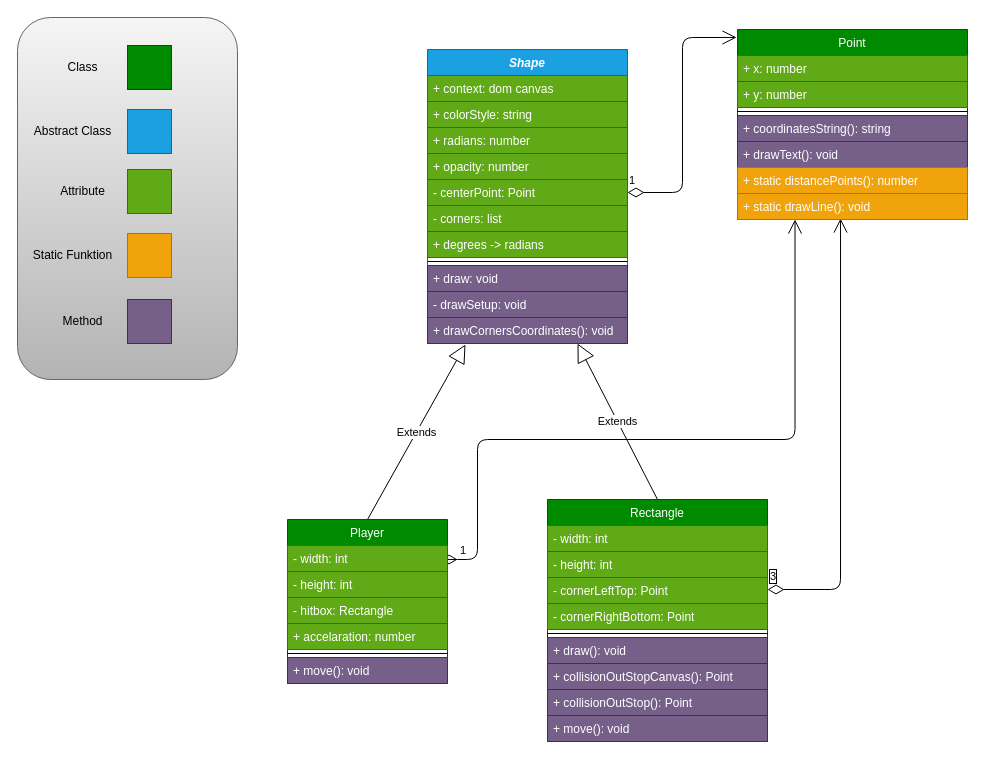
BoolPurist/MouseHunter keeps this draw.io diagram as Docs/classDiagramm.drawio. Above is the earlier version. Source tidied: cells renumbered, new cells numbered last; positions are measured from the earlier drawing's top-left corner, leaving out a move shared by most shapes. Both pictures are drawn from the tidied source at 100%, with x=0, y=0 at pixel (17, 17).
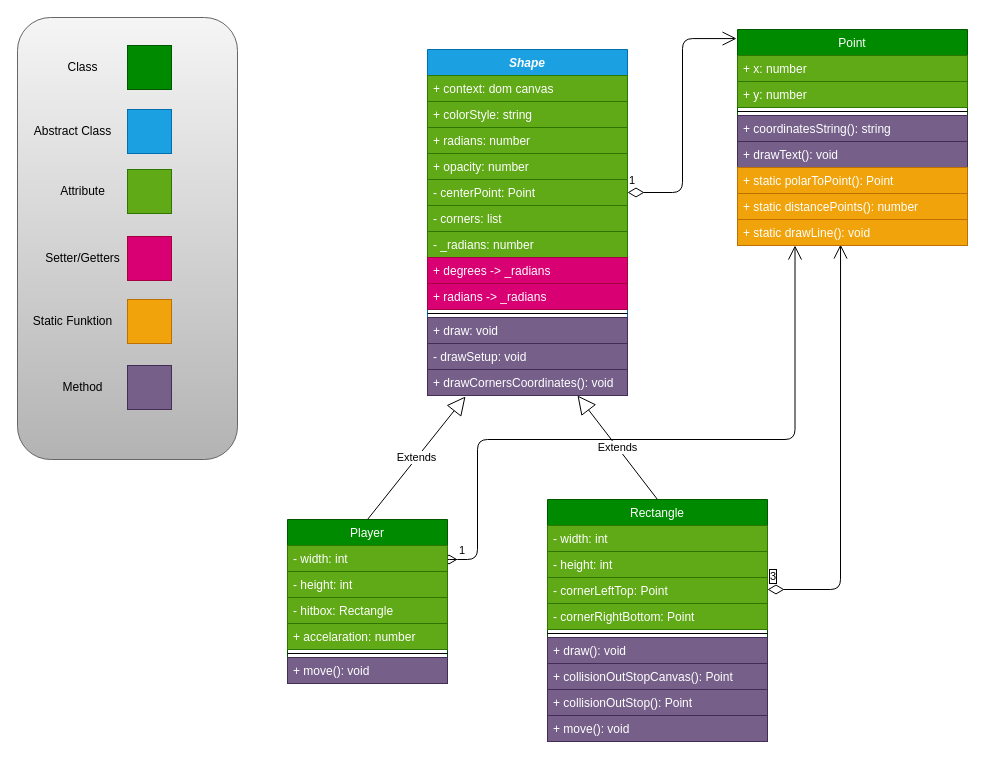
After the change.

The edit, as a diff of the source:
```diff
@@
     <mxCell id="2" style="rounded=1;whiteSpace=wrap;html=1;fillColor=#f5f5f5;strokeColor=#666666;gradientColor=#b3b3b3;" parent="1" vertex="1">
-      <mxGeometry width="220" height="362" as="geometry" />
+      <mxGeometry width="220" height="442" as="geometry" />
     </mxCell>
@@
     <mxCell id="14" style="whiteSpace=wrap;html=1;fontColor=#ffffff;align=left;verticalAlign=top;strokeColor=#BD7000;fillColor=#f0a30a;gradientColor=none;spacingLeft=4;spacingRight=4;" parent="1" vertex="1">
-      <mxGeometry x="110" y="216" width="44" height="44" as="geometry" />
+      <mxGeometry x="110" y="282" width="44" height="44" as="geometry" />
     </mxCell>
     <mxCell id="15" value="Static Funktion" style="text;html=1;align=center;verticalAlign=middle;fontColor=#000000;" parent="1" vertex="1">
-      <mxGeometry x="10" y="228" width="90" height="20" as="geometry" />
+      <mxGeometry x="10" y="294" width="90" height="20" as="geometry" />
     </mxCell>
     <mxCell id="16" style="whiteSpace=wrap;html=1;fontColor=#ffffff;align=left;verticalAlign=top;strokeColor=#432D57;fillColor=#76608a;gradientColor=none;spacingLeft=4;spacingRight=4;" parent="1" vertex="1">
-      <mxGeometry x="110" y="282" width="44" height="44" as="geometry" />
+      <mxGeometry x="110" y="348" width="44" height="44" as="geometry" />
     </mxCell>
     <mxCell id="17" value="Method" style="text;html=1;align=center;verticalAlign=middle;fontColor=#000000;" parent="1" vertex="1">
-      <mxGeometry x="35" y="294" width="60" height="20" as="geometry" />
+      <mxGeometry x="35" y="360" width="60" height="20" as="geometry" />
     </mxCell>
@@
     <mxCell id="35" value="Shape&#10;" style="swimlane;fontStyle=3;align=center;verticalAlign=top;horizontal=1;startSize=26;fillColor=#1ba1e2;strokeColor=#006EAF;fontColor=#ffffff;" parent="1" vertex="1">
-      <mxGeometry x="410" y="32" width="200" height="294" as="geometry" />
+      <mxGeometry x="410" y="32" width="200" height="346" as="geometry" />
     </mxCell>
@@
+    <mxCell id="55" value="- _radians: number" style="text;strokeColor=#2D7600;fillColor=#60a917;align=left;verticalAlign=top;spacingLeft=4;spacingRight=4;overflow=hidden;fontColor=#ffffff;" parent="35" vertex="1">
+      <mxGeometry y="182" width="200" height="26" as="geometry" />
+    </mxCell>
+    <mxCell id="56" value="+ degrees -&gt; _radians" style="text;strokeColor=#A50040;fillColor=#d80073;align=left;verticalAlign=top;spacingLeft=4;spacingRight=4;overflow=hidden;fontColor=#ffffff;" parent="35" vertex="1">
+      <mxGeometry y="208" width="200" height="26" as="geometry" />
+    </mxCell>
-    <mxCell id="42" value="+ degrees -&gt; radians" style="text;strokeColor=#2D7600;fillColor=#60a917;align=left;verticalAlign=top;spacingLeft=4;spacingRight=4;overflow=hidden;fontColor=#ffffff;" parent="35" vertex="1">
-      <mxGeometry y="182" width="200" height="26" as="geometry" />
+    <mxCell id="42" value="+ radians -&gt; _radians" style="text;strokeColor=#A50040;fillColor=#d80073;align=left;verticalAlign=top;spacingLeft=4;spacingRight=4;overflow=hidden;fontColor=#ffffff;" parent="35" vertex="1">
+      <mxGeometry y="234" width="200" height="26" as="geometry" />
     </mxCell>
     <mxCell id="43" style="line;strokeWidth=1;fillColor=none;align=left;verticalAlign=middle;spacingTop=-1;spacingLeft=3;spacingRight=3;labelPosition=right;" parent="35" vertex="1">
-      <mxGeometry y="208" width="200" height="8" as="geometry" />
+      <mxGeometry y="260" width="200" height="8" as="geometry" />
     </mxCell>
     <mxCell id="44" value="+ draw: void" style="text;strokeColor=#432D57;fillColor=#76608a;align=left;verticalAlign=top;spacingLeft=4;spacingRight=4;overflow=hidden;fontColor=#ffffff;" parent="35" vertex="1">
-      <mxGeometry y="216" width="200" height="26" as="geometry" />
+      <mxGeometry y="268" width="200" height="26" as="geometry" />
     </mxCell>
     <mxCell id="45" value="- drawSetup: void" style="text;strokeColor=#432D57;fillColor=#76608a;align=left;verticalAlign=top;spacingLeft=4;spacingRight=4;overflow=hidden;fontColor=#ffffff;" parent="35" vertex="1">
-      <mxGeometry y="242" width="200" height="26" as="geometry" />
+      <mxGeometry y="294" width="200" height="26" as="geometry" />
     </mxCell>
     <mxCell id="46" value="+ drawCornersCoordinates(): void" style="text;strokeColor=#432D57;fillColor=#76608a;align=left;verticalAlign=top;spacingLeft=4;spacingRight=4;overflow=hidden;points=[[0,0.5],[1,0.5]];portConstraint=eastwest;fontColor=#ffffff;" parent="35" vertex="1">
-      <mxGeometry y="268" width="200" height="26" as="geometry" />
+      <mxGeometry y="320" width="200" height="26" as="geometry" />
     </mxCell>
     <mxCell id="47" value="Point" style="swimlane;fontStyle=0;horizontal=1;startSize=26;fillColor=#008a00;strokeColor=#005700;fontColor=#ffffff;" parent="1" vertex="1">
-      <mxGeometry x="720" y="12" width="230" height="190" as="geometry" />
+      <mxGeometry x="720" y="12" width="230" height="216" as="geometry" />
     </mxCell>
@@
+    <mxCell id="57" value="+ static polarToPoint(): Point" style="text;strokeColor=#BD7000;fillColor=#f0a30a;align=left;verticalAlign=top;spacingLeft=4;spacingRight=4;overflow=hidden;fontColor=#ffffff;" parent="47" vertex="1">
+      <mxGeometry y="138" width="230" height="26" as="geometry" />
+    </mxCell>
     <mxCell id="53" value="+ static distancePoints(): number" style="text;strokeColor=#BD7000;fillColor=#f0a30a;align=left;verticalAlign=top;spacingLeft=4;spacingRight=4;overflow=hidden;fontColor=#ffffff;" parent="47" vertex="1">
-      <mxGeometry y="138" width="230" height="26" as="geometry" />
+      <mxGeometry y="164" width="230" height="26" as="geometry" />
     </mxCell>
     <mxCell id="54" value="+ static drawLine(): void" style="text;strokeColor=#BD7000;fillColor=#f0a30a;align=left;verticalAlign=top;spacingLeft=4;spacingRight=4;overflow=hidden;points=[[0,0.5],[1,0.5]];portConstraint=eastwest;fontColor=#ffffff;" parent="47" vertex="1">
-      <mxGeometry y="164" width="230" height="26" as="geometry" />
+      <mxGeometry y="190" width="230" height="26" as="geometry" />
     </mxCell>
+    <mxCell id="58" style="whiteSpace=wrap;html=1;align=left;verticalAlign=top;strokeColor=#A50040;fillColor=#d80073;spacingLeft=4;spacingRight=4;fontColor=#ffffff;" parent="1" vertex="1">
+      <mxGeometry x="110" y="219" width="44" height="44" as="geometry" />
+    </mxCell>
+    <mxCell id="59" value="Setter/Getters" style="text;html=1;align=center;verticalAlign=middle;fontColor=#000000;" parent="1" vertex="1">
+      <mxGeometry x="20" y="231" width="90" height="20" as="geometry" />
+    </mxCell>
```
